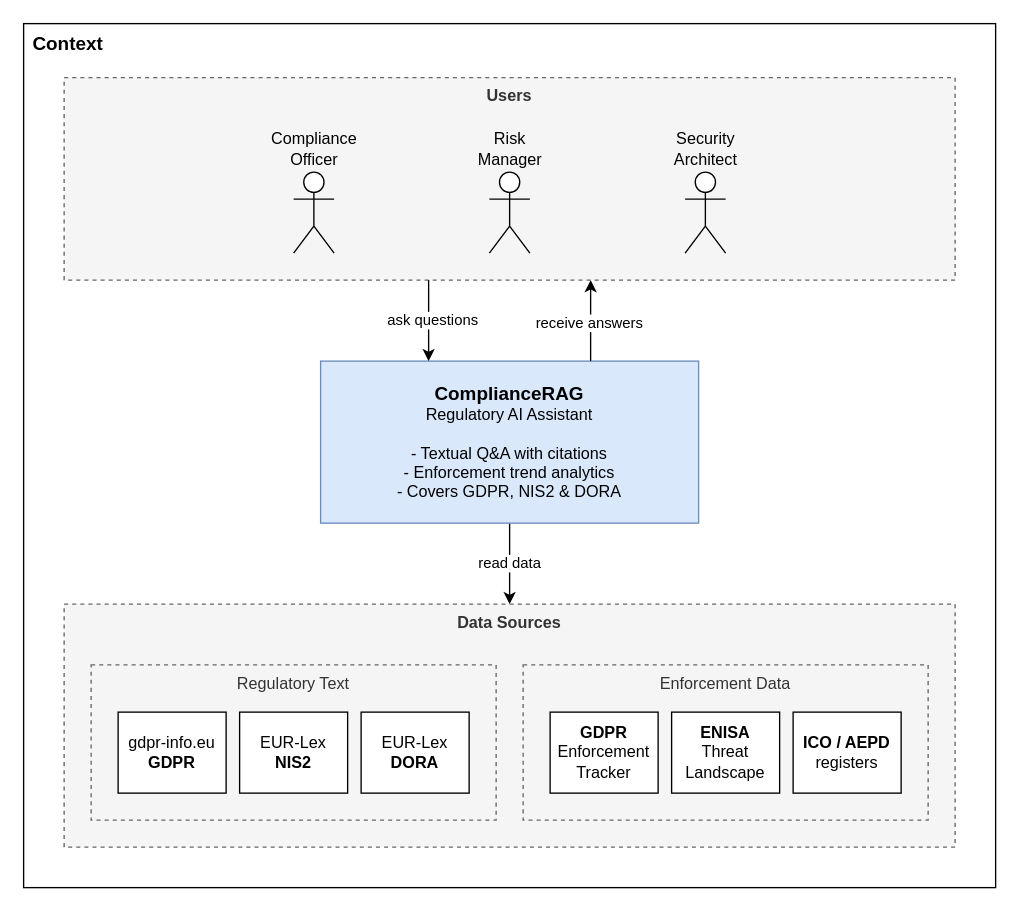
qsanchez/compliancerag keeps this draw.io diagram as page "Context" (1 of 4) of docs/diagrams/compliancerag.drawio. Above is the earlier version. Source tidied: cells renumbered, new cells numbered last; positions are measured from the earlier drawing's top-left corner, leaving out a move shared by most shapes. Both pictures are drawn from the tidied source at 135%, with x=0, y=0 at pixel (23, 23).
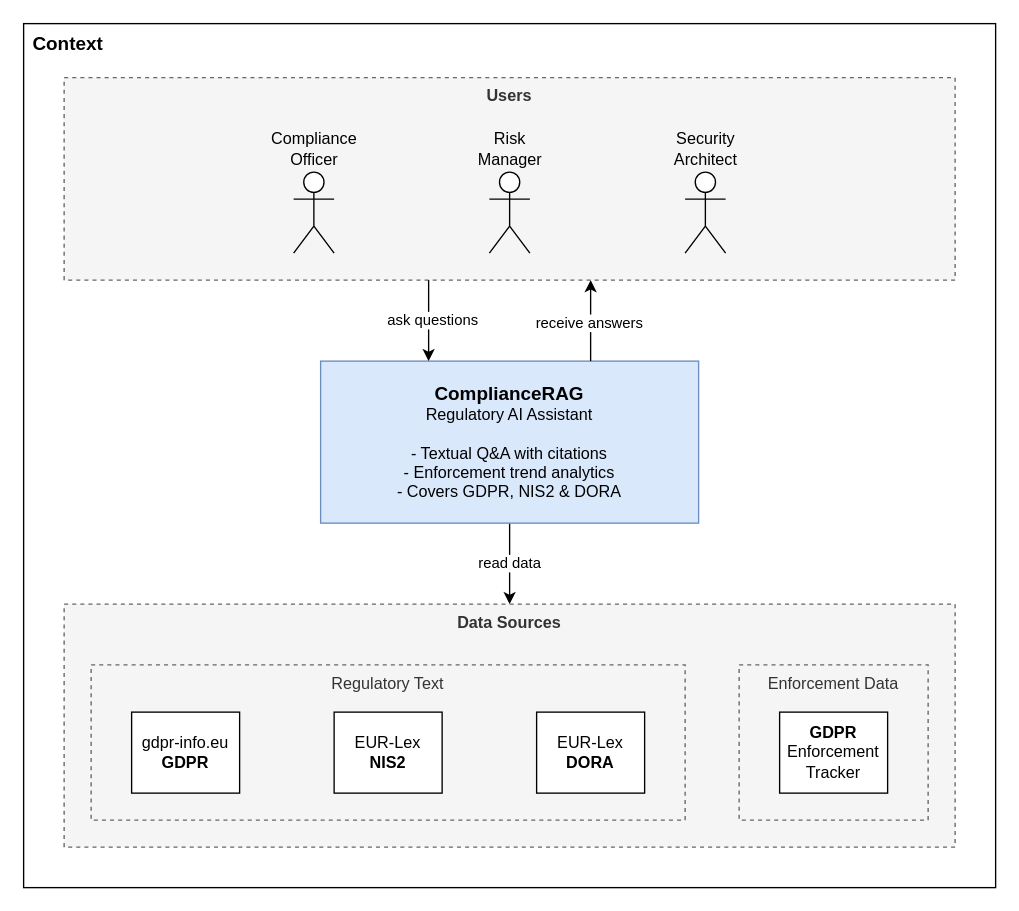
The same diagram, later.

What changed in the source:
```diff
@@
     <mxCell id="12" value="&lt;span&gt;Regulatory Text&lt;/span&gt;&lt;div&gt;&lt;div&gt;&lt;br&gt;&lt;/div&gt;&lt;/div&gt;" style="rounded=0;whiteSpace=wrap;html=1;verticalAlign=top;fillColor=#f5f5f5;fontColor=#333333;strokeColor=#666666;fontStyle=0;dashed=1;" parent="1" vertex="1">
-      <mxGeometry x="50" y="475" width="300" height="115" as="geometry" />
+      <mxGeometry x="50" y="475" width="440" height="115" as="geometry" />
     </mxCell>
     <mxCell id="13" value="EUR-Lex&lt;div&gt;&lt;b&gt;NIS2&lt;/b&gt;&lt;/div&gt;" style="rounded=0;whiteSpace=wrap;html=1;" parent="1" vertex="1">
-      <mxGeometry x="160" y="510" width="80" height="60" as="geometry" />
+      <mxGeometry x="230" y="510" width="80" height="60" as="geometry" />
     </mxCell>
     <mxCell id="14" value="EUR-Lex&lt;div&gt;&lt;b&gt;DORA&lt;/b&gt;&lt;/div&gt;" style="rounded=0;whiteSpace=wrap;html=1;" parent="1" vertex="1">
-      <mxGeometry x="250" y="510" width="80" height="60" as="geometry" />
+      <mxGeometry x="380" y="510" width="80" height="60" as="geometry" />
     </mxCell>
     <mxCell id="15" value="&lt;div&gt;gdpr-info.eu&lt;/div&gt;&lt;div&gt;&lt;b&gt;GDPR&lt;/b&gt;&lt;/div&gt;" style="rounded=0;whiteSpace=wrap;html=1;" parent="1" vertex="1">
-      <mxGeometry x="70" y="510" width="80" height="60" as="geometry" />
+      <mxGeometry x="80" y="510" width="80" height="60" as="geometry" />
     </mxCell>
     <mxCell id="16" value="&lt;div&gt;&lt;div&gt;&lt;span&gt;Enforcement Data&lt;/span&gt;&lt;/div&gt;&lt;/div&gt;" style="rounded=0;whiteSpace=wrap;html=1;verticalAlign=top;fillColor=#f5f5f5;fontColor=#333333;strokeColor=#666666;fontStyle=0;dashed=1;" parent="1" vertex="1">
-      <mxGeometry x="370" y="475" width="300" height="115" as="geometry" />
+      <mxGeometry x="530" y="475" width="140" height="115" as="geometry" />
     </mxCell>
-    <mxCell id="17" value="&lt;b&gt;ENISA&lt;/b&gt;&lt;div&gt;Threat Landscape&lt;/div&gt;" style="rounded=0;whiteSpace=wrap;html=1;" parent="1" vertex="1">
-      <mxGeometry x="480" y="510" width="80" height="60" as="geometry" />
-    </mxCell>
-    <mxCell id="18" value="&lt;b&gt;ICO / AEPD&lt;/b&gt;&lt;div&gt;registers&lt;/div&gt;" style="rounded=0;whiteSpace=wrap;html=1;" parent="1" vertex="1">
-      <mxGeometry x="570" y="510" width="80" height="60" as="geometry" />
-    </mxCell>
     <mxCell id="19" value="&lt;div&gt;&lt;b&gt;GDPR&lt;/b&gt;&lt;/div&gt;&lt;div&gt;Enforcement Tracker&lt;/div&gt;" style="rounded=0;whiteSpace=wrap;html=1;" parent="1" vertex="1">
-      <mxGeometry x="390" y="510" width="80" height="60" as="geometry" />
+      <mxGeometry x="560" y="510" width="80" height="60" as="geometry" />
     </mxCell>
```
